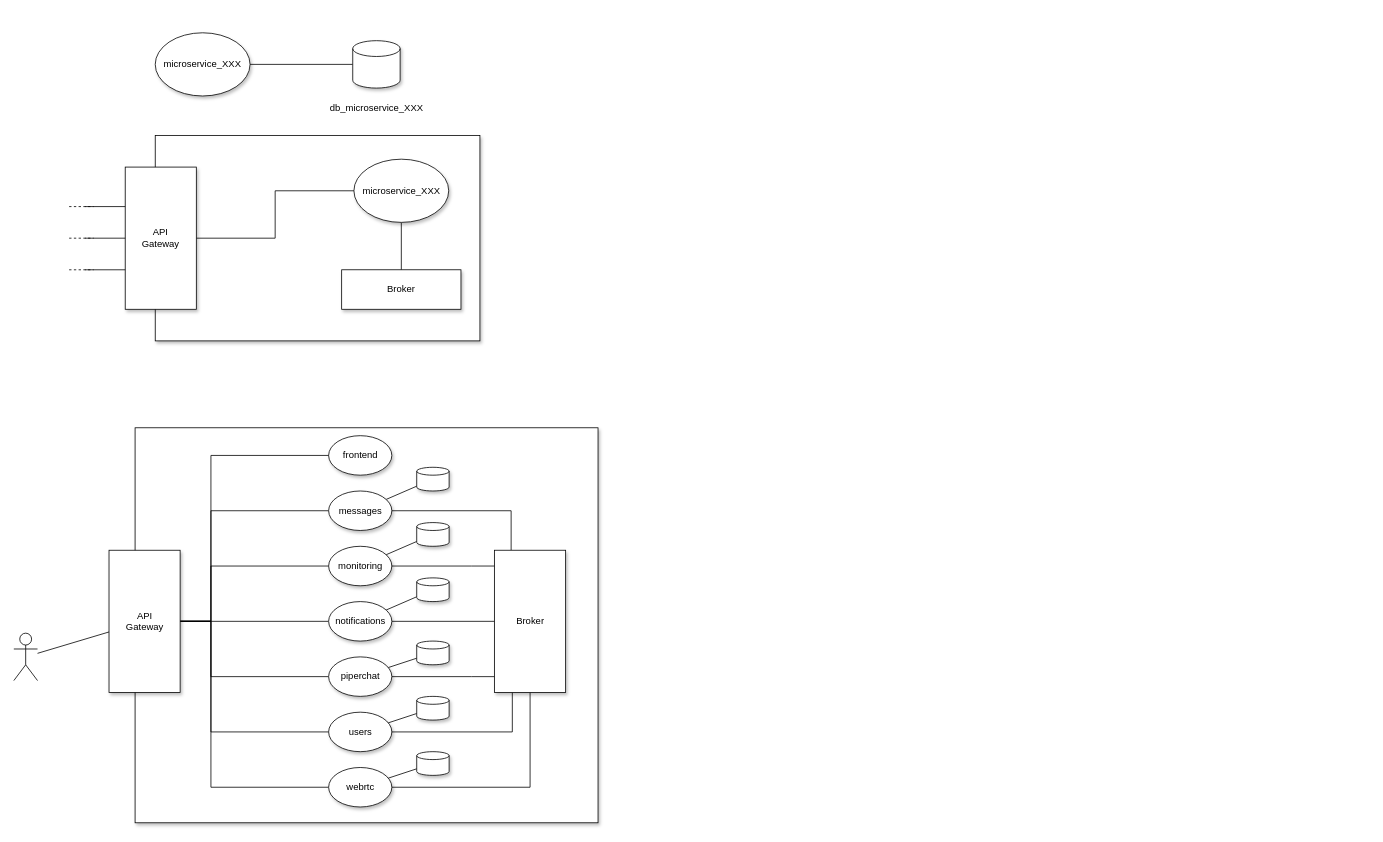
Before: page "microservizi" (9 of 9) of resources/piperchat.drawio in zucchero-sintattico/piperchat, a draw.io diagram. Source tidied: cells renumbered, new cells numbered last; positions are measured from the earlier drawing's top-left corner, leaving out a move shared by most shapes. Both pictures are drawn from the tidied source at 79%, with x=0, y=0 at pixel (13, 32).
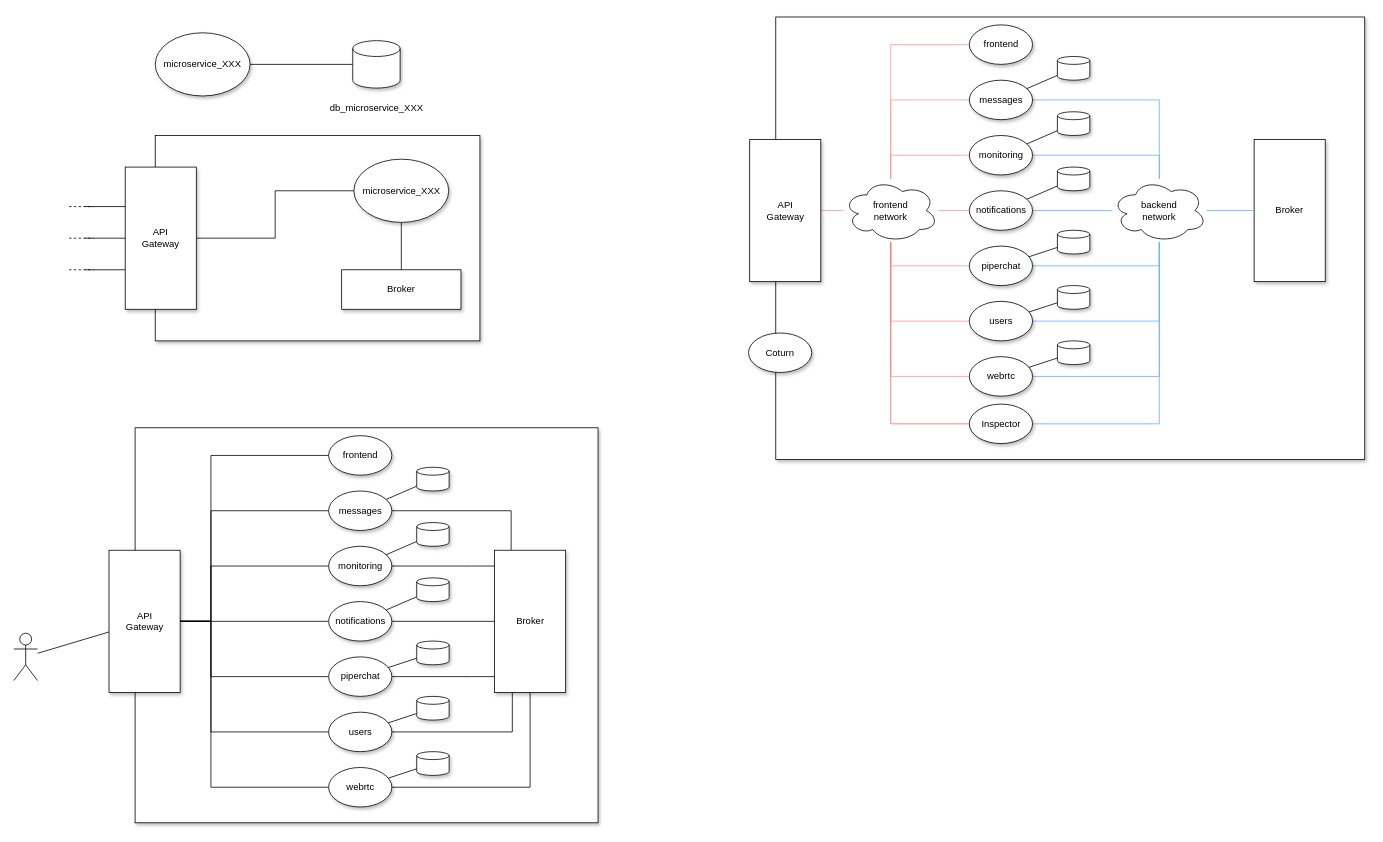
The same page after the edit.

Diff of the diagram source:
```diff
@@
+    <mxCell id="58" style="rounded=0;whiteSpace=wrap;html=1;shadow=1;" parent="1" vertex="1">
+      <mxGeometry x="964.5" y="-20" width="745.5" height="560" as="geometry" />
+    </mxCell>
+    <mxCell id="59" style="rounded=0;jettySize=auto;html=1;endArrow=none;endFill=0;edgeStyle=orthogonalEdgeStyle;strokeColor=#FF9999;" parent="1" edge="1" source="60" target="94">
+      <mxGeometry relative="1" as="geometry" />
+    </mxCell>
+    <mxCell id="60" value="frontend" style="ellipse;whiteSpace=wrap;html=1;shadow=1;" parent="1" vertex="1">
+      <mxGeometry x="1209.5" y="-10" width="80" height="50" as="geometry" />
+    </mxCell>
+    <mxCell id="61" style="rounded=0;jettySize=auto;html=1;endArrow=none;endFill=0;strokeColor=#FF9999;" parent="1" edge="1" source="62" target="94">
+      <mxGeometry relative="1" as="geometry" />
+    </mxCell>
+    <mxCell id="62" value="API&lt;br style=&quot;border-color: var(--border-color);&quot;&gt;Gateway" style="rounded=0;whiteSpace=wrap;html=1;shadow=1;" parent="1" vertex="1">
+      <mxGeometry x="931.5" y="135" width="90" height="180" as="geometry" />
+    </mxCell>
+    <mxCell id="63" style="rounded=0;jettySize=auto;html=1;endArrow=none;endFill=0;" parent="1" edge="1" source="66" target="87">
+      <mxGeometry relative="1" as="geometry" />
+    </mxCell>
+    <mxCell id="64" style="rounded=0;jettySize=auto;html=1;endArrow=none;endFill=0;edgeStyle=orthogonalEdgeStyle;strokeColor=#FF9999;" parent="1" edge="1" source="66" target="94">
+      <mxGeometry relative="1" as="geometry" />
+    </mxCell>
+    <mxCell id="65" style="edgeStyle=orthogonalEdgeStyle;rounded=0;jettySize=auto;html=1;strokeColor=#66B2FF;endArrow=none;endFill=0;" parent="1" edge="1" source="66" target="96">
+      <mxGeometry relative="1" as="geometry" />
+    </mxCell>
+    <mxCell id="66" value="messages" style="ellipse;whiteSpace=wrap;html=1;shadow=1;" parent="1" vertex="1">
+      <mxGeometry x="1209.5" y="60" width="80" height="50" as="geometry" />
+    </mxCell>
+    <mxCell id="67" style="rounded=0;jettySize=auto;html=1;endArrow=none;endFill=0;" parent="1" edge="1" source="70" target="88">
+      <mxGeometry relative="1" as="geometry" />
+    </mxCell>
+    <mxCell id="68" style="rounded=0;jettySize=auto;html=1;endArrow=none;endFill=0;edgeStyle=orthogonalEdgeStyle;strokeColor=#FF9999;" parent="1" edge="1" source="70" target="94">
+      <mxGeometry relative="1" as="geometry" />
+    </mxCell>
+    <mxCell id="69" style="edgeStyle=orthogonalEdgeStyle;rounded=0;jettySize=auto;html=1;strokeColor=#66B2FF;endArrow=none;endFill=0;" parent="1" edge="1" source="70" target="96">
+      <mxGeometry relative="1" as="geometry" />
+    </mxCell>
+    <mxCell id="70" value="monitoring" style="ellipse;whiteSpace=wrap;html=1;shadow=1;" parent="1" vertex="1">
+      <mxGeometry x="1209.5" y="130" width="80" height="50" as="geometry" />
+    </mxCell>
+    <mxCell id="71" style="rounded=0;jettySize=auto;html=1;endArrow=none;endFill=0;" parent="1" edge="1" source="74" target="89">
+      <mxGeometry relative="1" as="geometry" />
+    </mxCell>
+    <mxCell id="72" style="rounded=0;jettySize=auto;html=1;endArrow=none;endFill=0;edgeStyle=orthogonalEdgeStyle;strokeColor=#FF9999;" parent="1" edge="1" source="74" target="94">
+      <mxGeometry relative="1" as="geometry" />
+    </mxCell>
+    <mxCell id="73" style="edgeStyle=orthogonalEdgeStyle;rounded=0;jettySize=auto;html=1;strokeColor=#66B2FF;endArrow=none;endFill=0;" parent="1" edge="1" source="74" target="96">
+      <mxGeometry relative="1" as="geometry" />
+    </mxCell>
+    <mxCell id="74" value="notifications" style="ellipse;whiteSpace=wrap;html=1;shadow=1;" parent="1" vertex="1">
+      <mxGeometry x="1209.5" y="200" width="80" height="50" as="geometry" />
+    </mxCell>
+    <mxCell id="75" style="rounded=0;jettySize=auto;html=1;endArrow=none;endFill=0;" parent="1" edge="1" source="78" target="90">
+      <mxGeometry relative="1" as="geometry" />
+    </mxCell>
+    <mxCell id="76" style="rounded=0;jettySize=auto;html=1;endArrow=none;endFill=0;edgeStyle=orthogonalEdgeStyle;strokeColor=#FF9999;" parent="1" edge="1" source="78" target="94">
+      <mxGeometry relative="1" as="geometry" />
+    </mxCell>
+    <mxCell id="77" style="edgeStyle=orthogonalEdgeStyle;rounded=0;jettySize=auto;html=1;strokeColor=#66B2FF;endArrow=none;endFill=0;" parent="1" edge="1" source="78" target="96">
+      <mxGeometry relative="1" as="geometry" />
+    </mxCell>
+    <mxCell id="78" value="piperchat" style="ellipse;whiteSpace=wrap;html=1;shadow=1;" parent="1" vertex="1">
+      <mxGeometry x="1209.5" y="270" width="80" height="50" as="geometry" />
+    </mxCell>
+    <mxCell id="79" style="rounded=0;jettySize=auto;html=1;endArrow=none;endFill=0;" parent="1" edge="1" source="82" target="91">
+      <mxGeometry relative="1" as="geometry" />
+    </mxCell>
+    <mxCell id="80" style="rounded=0;jettySize=auto;html=1;endArrow=none;endFill=0;edgeStyle=orthogonalEdgeStyle;strokeColor=#FF9999;" parent="1" edge="1" source="82" target="94">
+      <mxGeometry relative="1" as="geometry" />
+    </mxCell>
+    <mxCell id="81" style="edgeStyle=orthogonalEdgeStyle;rounded=0;jettySize=auto;html=1;strokeColor=#66B2FF;endArrow=none;endFill=0;" parent="1" edge="1" source="82" target="96">
+      <mxGeometry relative="1" as="geometry" />
+    </mxCell>
+    <mxCell id="82" value="users" style="ellipse;whiteSpace=wrap;html=1;shadow=1;" parent="1" vertex="1">
+      <mxGeometry x="1209.5" y="340" width="80" height="50" as="geometry" />
+    </mxCell>
+    <mxCell id="83" style="rounded=0;jettySize=auto;html=1;endArrow=none;endFill=0;" parent="1" edge="1" source="86" target="92">
+      <mxGeometry relative="1" as="geometry" />
+    </mxCell>
+    <mxCell id="84" style="rounded=0;jettySize=auto;html=1;endArrow=none;endFill=0;edgeStyle=orthogonalEdgeStyle;strokeColor=#FF9999;" parent="1" edge="1" source="86" target="94">
+      <mxGeometry relative="1" as="geometry" />
+    </mxCell>
+    <mxCell id="85" style="edgeStyle=orthogonalEdgeStyle;rounded=0;jettySize=auto;html=1;strokeColor=#66B2FF;endArrow=none;endFill=0;" parent="1" edge="1" source="86" target="96">
+      <mxGeometry relative="1" as="geometry" />
+    </mxCell>
+    <mxCell id="86" value="webrtc" style="ellipse;whiteSpace=wrap;html=1;shadow=1;" parent="1" vertex="1">
+      <mxGeometry x="1209.5" y="410" width="80" height="50" as="geometry" />
+    </mxCell>
+    <mxCell id="87" style="strokeWidth=1;html=1;shape=mxgraph.flowchart.database;whiteSpace=wrap;shadow=1;" parent="1" vertex="1">
+      <mxGeometry x="1321" y="30" width="41" height="30" as="geometry" />
+    </mxCell>
+    <mxCell id="88" style="strokeWidth=1;html=1;shape=mxgraph.flowchart.database;whiteSpace=wrap;shadow=1;" parent="1" vertex="1">
+      <mxGeometry x="1321" y="100" width="41" height="30" as="geometry" />
+    </mxCell>
+    <mxCell id="89" style="strokeWidth=1;html=1;shape=mxgraph.flowchart.database;whiteSpace=wrap;shadow=1;" parent="1" vertex="1">
+      <mxGeometry x="1321" y="170" width="41" height="30" as="geometry" />
+    </mxCell>
+    <mxCell id="90" style="strokeWidth=1;html=1;shape=mxgraph.flowchart.database;whiteSpace=wrap;shadow=1;" parent="1" vertex="1">
+      <mxGeometry x="1321" y="250" width="41" height="30" as="geometry" />
+    </mxCell>
+    <mxCell id="91" style="strokeWidth=1;html=1;shape=mxgraph.flowchart.database;whiteSpace=wrap;shadow=1;" parent="1" vertex="1">
+      <mxGeometry x="1321" y="320" width="41" height="30" as="geometry" />
+    </mxCell>
+    <mxCell id="92" style="strokeWidth=1;html=1;shape=mxgraph.flowchart.database;whiteSpace=wrap;shadow=1;" parent="1" vertex="1">
+      <mxGeometry x="1321" y="390" width="41" height="30" as="geometry" />
+    </mxCell>
+    <mxCell id="93" value="Broker" style="rounded=0;whiteSpace=wrap;html=1;shadow=1;" parent="1" vertex="1">
+      <mxGeometry x="1570" y="135" width="90" height="180" as="geometry" />
+    </mxCell>
+    <mxCell id="94" value="frontend&lt;br&gt;network" style="ellipse;shape=cloud;whiteSpace=wrap;html=1;" parent="1" vertex="1">
+      <mxGeometry x="1050" y="185" width="120" height="80" as="geometry" />
+    </mxCell>
+    <mxCell id="95" style="edgeStyle=orthogonalEdgeStyle;rounded=0;jettySize=auto;html=1;endArrow=none;endFill=0;strokeColor=#66B2FF;" parent="1" edge="1" source="96" target="93">
+      <mxGeometry relative="1" as="geometry" />
+    </mxCell>
+    <mxCell id="96" value="backend&lt;br&gt;network" style="ellipse;shape=cloud;whiteSpace=wrap;html=1;" parent="1" vertex="1">
+      <mxGeometry x="1390" y="185" width="120" height="80" as="geometry" />
+    </mxCell>
+    <mxCell id="97" value="Coturn" style="ellipse;whiteSpace=wrap;html=1;shadow=1;" parent="1" vertex="1">
+      <mxGeometry x="930" y="380" width="80" height="50" as="geometry" />
+    </mxCell>
+    <mxCell id="98" style="edgeStyle=orthogonalEdgeStyle;rounded=0;jettySize=auto;html=1;endArrow=none;endFill=0;strokeColor=#FF6666;" parent="1" edge="1" source="100" target="94">
+      <mxGeometry relative="1" as="geometry" />
+    </mxCell>
+    <mxCell id="99" style="edgeStyle=orthogonalEdgeStyle;rounded=0;jettySize=auto;html=1;endArrow=none;endFill=0;strokeColor=#66B2FF;" parent="1" edge="1" source="100" target="96">
+      <mxGeometry relative="1" as="geometry" />
+    </mxCell>
+    <mxCell id="100" value="Inspector" style="ellipse;whiteSpace=wrap;html=1;shadow=1;" parent="1" vertex="1">
+      <mxGeometry x="1209.5" y="470" width="80" height="50" as="geometry" />
+    </mxCell>
```
